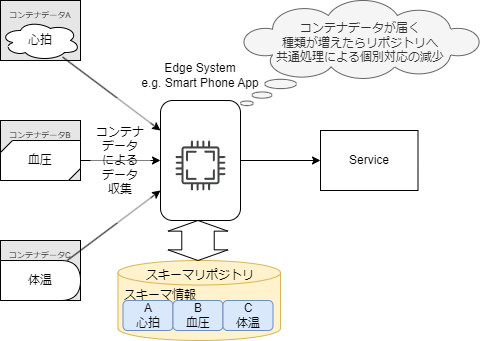
Earlier version of the draw.io export docs/spec_guide/basic_after.drawio.png (data-container-for-wearable-sensor/StartGuide). Source tidied: cells renumbered, new cells last; positions are measured from the earlier drawing's top-left corner, leaving out a move shared by most shapes.
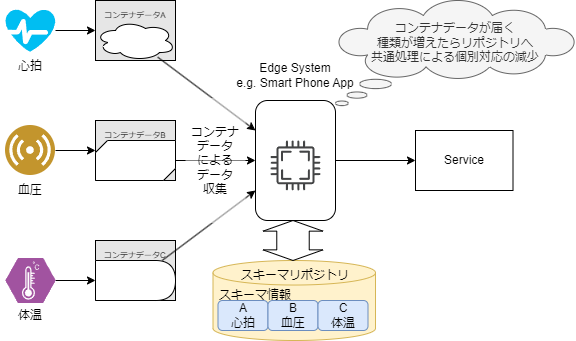
The same file after the commit.

What changed in the source:
```diff
@@ -23,13 +23,13 @@
     <mxCell id="8" style="edgeStyle=none;html=1;" parent="1" edge="1" source="9" target="6">
       <mxGeometry relative="1" as="geometry" />
     </mxCell>
-    <mxCell id="9" value="心拍" style="ellipse;shape=cloud;whiteSpace=wrap;html=1;" parent="1" vertex="1">
+    <mxCell id="9" style="ellipse;shape=cloud;whiteSpace=wrap;html=1;" parent="1" vertex="1">
       <mxGeometry y="20" width="80" height="40" as="geometry" />
     </mxCell>
     <mxCell id="10" style="edgeStyle=none;html=1;" parent="1" edge="1" source="11" target="6">
       <mxGeometry relative="1" as="geometry" />
     </mxCell>
-    <mxCell id="11" value="体温" style="shape=delay;whiteSpace=wrap;html=1;" parent="1" vertex="1">
+    <mxCell id="11" style="shape=delay;whiteSpace=wrap;html=1;" parent="1" vertex="1">
       <mxGeometry y="260" width="80" height="40" as="geometry" />
     </mxCell>
     <mxCell id="12" style="edgeStyle=none;html=1;" parent="1" edge="1" source="13" target="6">
@@ -38,9 +38,6 @@
     <mxCell id="13" style="verticalLabelPosition=bottom;verticalAlign=top;html=1;shape=mxgraph.basic.diag_snip_rect;dx=6;whiteSpace=wrap;" parent="1" vertex="1">
       <mxGeometry y="140" width="80" height="40" as="geometry" />
     </mxCell>
-    <mxCell id="14" value="血圧" style="text;html=1;strokeColor=none;fillColor=none;align=center;verticalAlign=middle;whiteSpace=wrap;rounded=0;" parent="1" vertex="1">
-      <mxGeometry x="10" y="145" width="60" height="30" as="geometry" />
-    </mxCell>
     <mxCell id="15" style="shape=cylinder3;whiteSpace=wrap;html=1;boundedLbl=1;backgroundOutline=1;size=12.262884140014648;fillColor=#fff2cc;strokeColor=#d6b656;" parent="1" vertex="1">
       <mxGeometry x="117.5" y="260" width="162.5" height="80" as="geometry" />
     </mxCell>
@@ -74,5 +71,38 @@
     <mxCell id="25" style="sketch=0;shadow=0;dashed=0;html=1;strokeColor=none;fillColor=#434445;labelPosition=center;verticalLabelPosition=bottom;verticalAlign=top;align=center;shape=mxgraph.vvd.cpu;" parent="1" vertex="1">
       <mxGeometry x="175" y="140" width="50" height="50" as="geometry" />
     </mxCell>
+    <mxCell id="26" style="edgeStyle=none;html=1;" parent="1" edge="1" source="27">
+      <mxGeometry relative="1" as="geometry">
+        <mxPoint y="280" as="targetPoint" />
+      </mxGeometry>
+    </mxCell>
+    <mxCell id="27" style="verticalLabelPosition=bottom;sketch=0;html=1;fillColor=#A153A0;strokeColor=#ffffff;verticalAlign=top;align=center;points=[[0,0.5,0],[0.125,0.25,0],[0.25,0,0],[0.5,0,0],[0.75,0,0],[0.875,0.25,0],[1,0.5,0],[0.875,0.75,0],[0.75,1,0],[0.5,1,0],[0.125,0.75,0]];shape=mxgraph.cisco_safe.compositeIcon;bgIcon=mxgraph.cisco_safe.design.blank_device;resIcon=mxgraph.cisco_safe.design.sensor;" parent="1" vertex="1">
+      <mxGeometry x="-90" y="257.5" width="50" height="45" as="geometry" />
+    </mxCell>
+    <mxCell id="28" style="edgeStyle=none;html=1;entryX=0;entryY=0.5;entryDx=0;entryDy=0;" parent="1" edge="1" source="29">
+      <mxGeometry relative="1" as="geometry">
+        <mxPoint y="150" as="targetPoint" />
+      </mxGeometry>
+    </mxCell>
+    <mxCell id="29" style="perimeter=ellipsePerimeter;html=1;align=center;shadow=0;dashed=0;fontColor=#4277BB;labelBackgroundColor=#ffffff;fontSize=12;spacingTop=3;image;image=img/lib/ibm/users/sensor.svg;" parent="1" vertex="1">
+      <mxGeometry x="-90" y="125" width="50" height="50" as="geometry" />
+    </mxCell>
+    <mxCell id="30" style="edgeStyle=none;html=1;entryX=0;entryY=0.5;entryDx=0;entryDy=0;" parent="1" edge="1" source="31">
+      <mxGeometry relative="1" as="geometry">
+        <mxPoint y="30" as="targetPoint" />
+      </mxGeometry>
+    </mxCell>
+    <mxCell id="31" style="verticalLabelPosition=bottom;html=1;verticalAlign=top;align=center;strokeColor=none;fillColor=#00BEF2;shape=mxgraph.azure.health_monitoring;" parent="1" vertex="1">
+      <mxGeometry x="-90" y="8.8" width="50" height="42.5" as="geometry" />
+    </mxCell>
+    <mxCell id="32" value="心拍" style="text;html=1;strokeColor=none;fillColor=none;align=center;verticalAlign=middle;whiteSpace=wrap;rounded=0;" parent="1" vertex="1">
+      <mxGeometry x="-95" y="51.2" width="60" height="30" as="geometry" />
+    </mxCell>
+    <mxCell id="14" value="血圧" style="text;html=1;strokeColor=none;fillColor=none;align=center;verticalAlign=middle;whiteSpace=wrap;rounded=0;" parent="1" vertex="1">
+      <mxGeometry x="-95" y="175" width="60" height="30" as="geometry" />
+    </mxCell>
+    <mxCell id="33" value="体温" style="text;html=1;strokeColor=none;fillColor=none;align=center;verticalAlign=middle;whiteSpace=wrap;rounded=0;" parent="1" vertex="1">
+      <mxGeometry x="-95" y="300" width="60" height="30" as="geometry" />
+    </mxCell>
   </root>
 </mxGraphModel>
```
